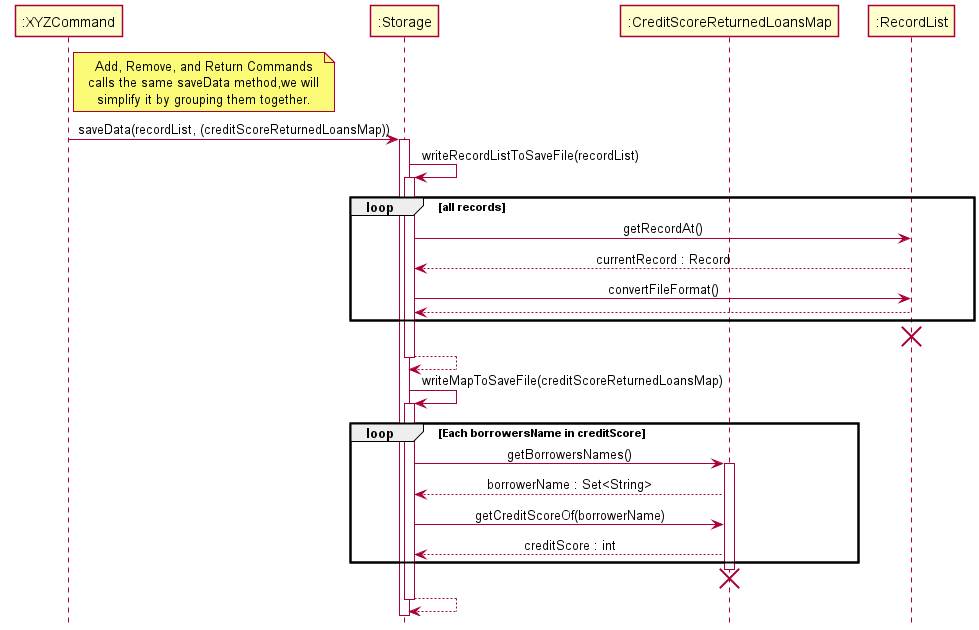
Before: docs/img/StorageSequenceDiagramSave.png, a diagram exported from PlantUML (nus-cs2113-AY2021S2/tp).
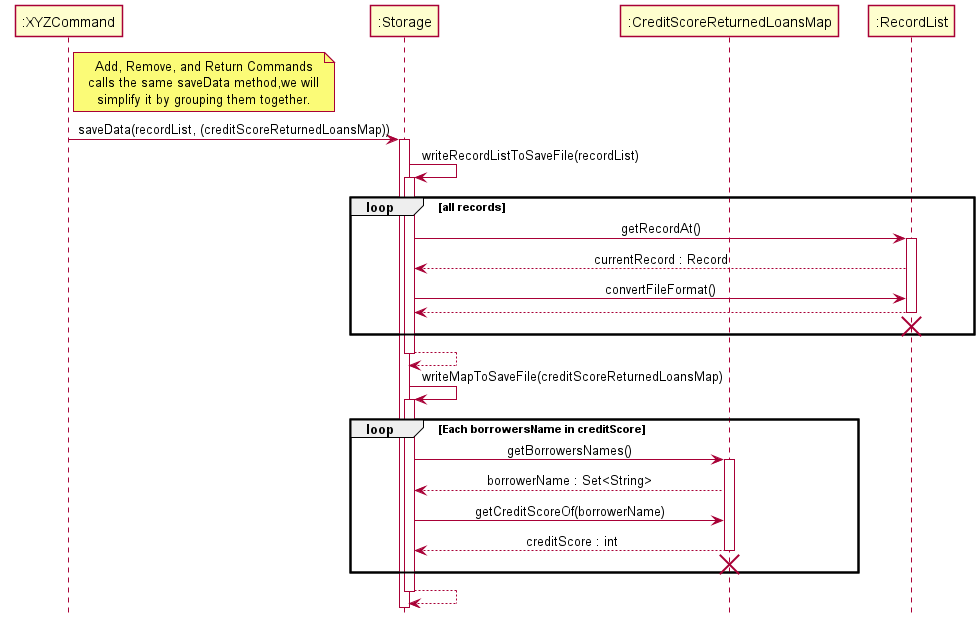
Above is the later version.

Commit message:
Updated own Sequence Diagrams

The edit, as a diff of the source:
```diff
@@ -18,11 +18,14 @@
 activate Storage
 Loop all records
 Storage -> RecordList : getRecordAt()
+activate RecordList
 RecordList --> Storage : currentRecord : Record
 Storage -> RecordList : convertFileFormat()
 RecordList --> Storage
+deactivate RecordList
+RecordList --[Hidden]> Storage
+destroy RecordList
 end loop
-destroy RecordList
 
 activate Storage
 Storage --> Storage
@@ -36,8 +39,10 @@
 CSRLM --> Storage : borrowerName : Set<String>
 Storage -> CSRLM : getCreditScoreOf(borrowerName)
 CSRLM --> Storage : creditScore : int
+deactivate CSRLM
+CSRLM --[Hidden]> Storage
+destroy CSRLM
 end loop
-destroy CSRLM
 Storage --> Storage
 deactivate Storage
 
```
